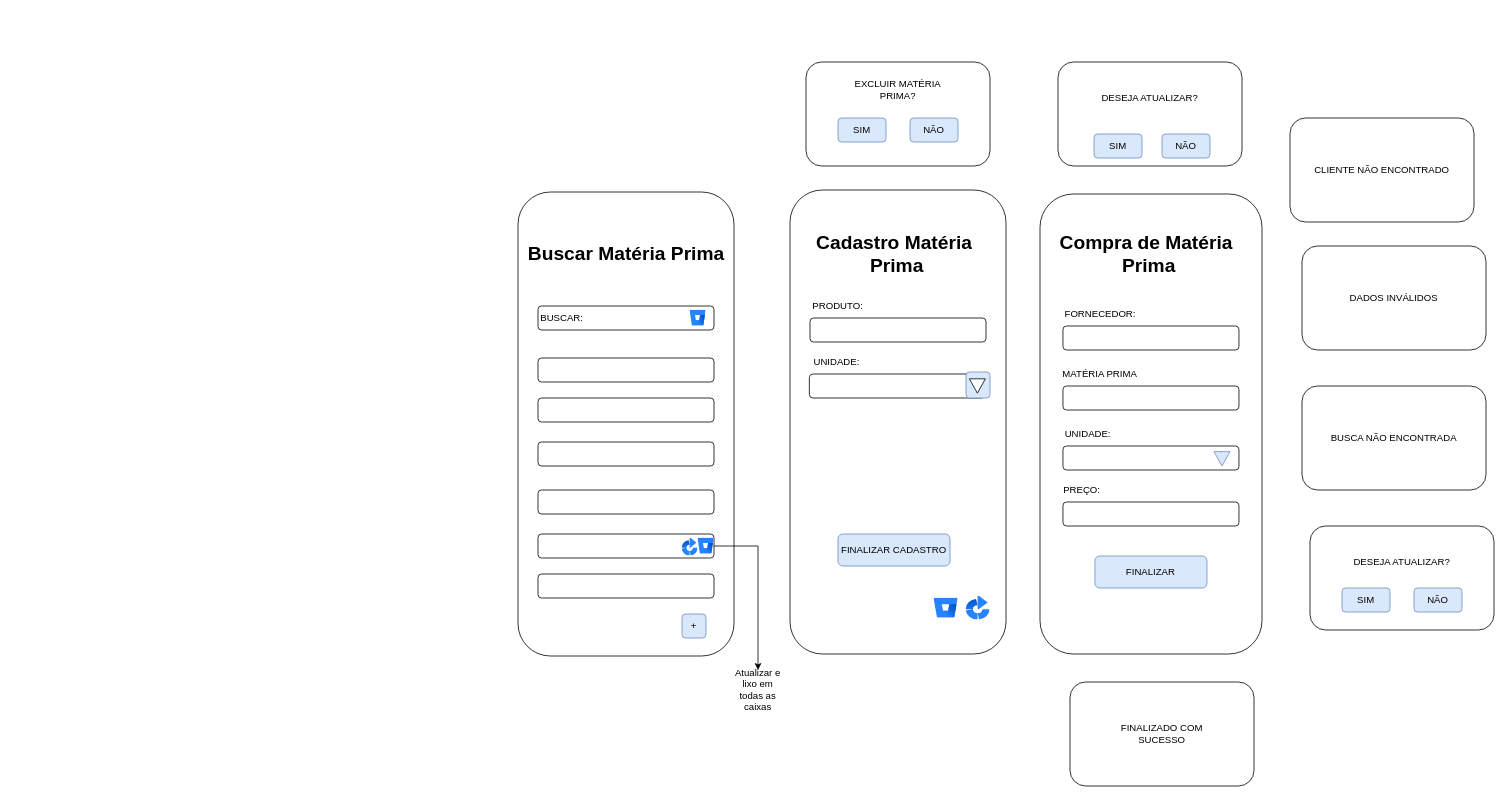
Earlier version of the draw.io diagram page "Página-4" (4 of 10) of DOC/tela.drawio (juliareis14/avatar.app). Source tidied: cells renumbered, new cells numbered last; positions are measured from the earlier drawing's top-left corner, leaving out a move shared by most shapes. Both pictures are drawn from the tidied source at 80%, with x=0, y=0 at pixel (518, 62).
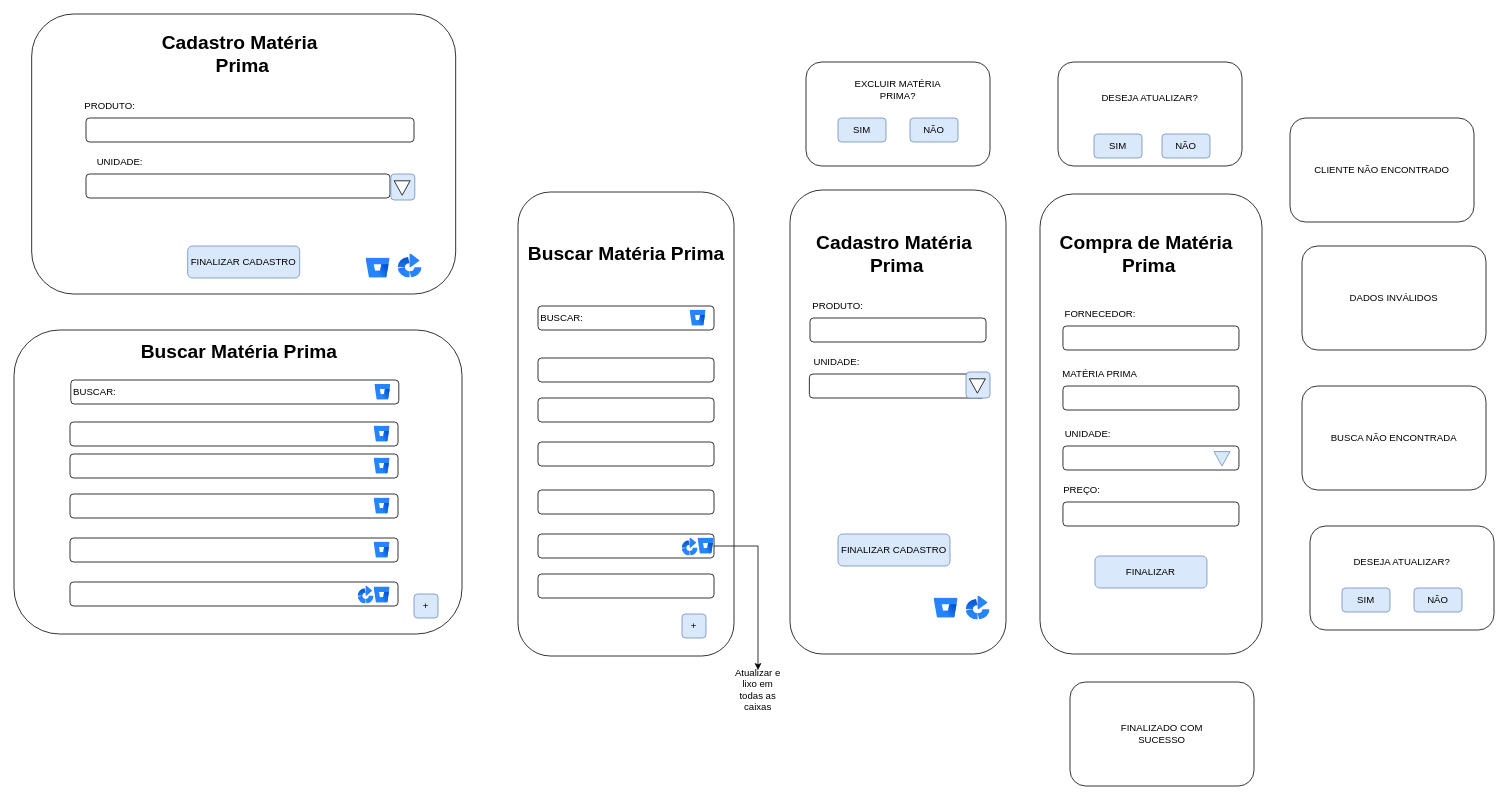
Above is the later version.

Diff of the diagram source:
```diff
@@
+    <mxCell id="60" style="rounded=1;whiteSpace=wrap;html=1;" parent="1" vertex="1">
+      <mxGeometry x="-630" y="335" width="560" height="380" as="geometry" />
+    </mxCell>
+    <mxCell id="61" value="Buscar Matéria Prima" style="text;strokeColor=none;fillColor=none;html=1;fontSize=24;fontStyle=1;verticalAlign=middle;align=center;" parent="1" vertex="1">
+      <mxGeometry x="-399" y="342.5" width="100" height="40" as="geometry" />
+    </mxCell>
+    <mxCell id="62" style="rounded=1;whiteSpace=wrap;html=1;" parent="1" vertex="1">
+      <mxGeometry x="-559" y="397.5" width="410" height="30" as="geometry" />
+    </mxCell>
+    <mxCell id="63" value="BUSCAR:" style="text;html=1;align=center;verticalAlign=middle;whiteSpace=wrap;rounded=0;" parent="1" vertex="1">
+      <mxGeometry x="-559" y="397.5" width="60" height="30" as="geometry" />
+    </mxCell>
+    <mxCell id="64" style="image;html=1;image=img/lib/atlassian/Bitbucket_Logo.svg;" parent="1" vertex="1">
+      <mxGeometry x="-179" y="402.5" width="20" height="20" as="geometry" />
+    </mxCell>
+    <mxCell id="65" style="rounded=1;whiteSpace=wrap;html=1;" parent="1" vertex="1">
+      <mxGeometry x="-560" y="490" width="410" height="30" as="geometry" />
+    </mxCell>
+    <mxCell id="66" style="rounded=1;whiteSpace=wrap;html=1;" parent="1" vertex="1">
+      <mxGeometry x="-560" y="540" width="410" height="30" as="geometry" />
+    </mxCell>
+    <mxCell id="67" style="rounded=1;whiteSpace=wrap;html=1;" parent="1" vertex="1">
+      <mxGeometry x="-560" y="595" width="410" height="30" as="geometry" />
+    </mxCell>
+    <mxCell id="68" style="rounded=1;whiteSpace=wrap;html=1;" parent="1" vertex="1">
+      <mxGeometry x="-560" y="650" width="410" height="30" as="geometry" />
+    </mxCell>
+    <mxCell id="69" style="rounded=1;whiteSpace=wrap;html=1;" parent="1" vertex="1">
+      <mxGeometry x="-560" y="450" width="410" height="30" as="geometry" />
+    </mxCell>
+    <mxCell id="70" style="image;html=1;image=img/lib/atlassian/Bitbucket_Logo.svg;" parent="1" vertex="1">
+      <mxGeometry x="-180" y="495" width="20" height="20" as="geometry" />
+    </mxCell>
+    <mxCell id="71" style="image;html=1;image=img/lib/atlassian/Bitbucket_Logo.svg;" parent="1" vertex="1">
+      <mxGeometry x="-180" y="545" width="20" height="20" as="geometry" />
+    </mxCell>
+    <mxCell id="72" style="image;html=1;image=img/lib/atlassian/Bitbucket_Logo.svg;" parent="1" vertex="1">
+      <mxGeometry x="-180" y="600" width="20" height="20" as="geometry" />
+    </mxCell>
+    <mxCell id="73" style="image;html=1;image=img/lib/atlassian/Bitbucket_Logo.svg;" parent="1" vertex="1">
+      <mxGeometry x="-180" y="656.2" width="20" height="20" as="geometry" />
+    </mxCell>
+    <mxCell id="74" style="image;html=1;image=img/lib/atlassian/Bitbucket_Logo.svg;" parent="1" vertex="1">
+      <mxGeometry x="-180" y="455" width="20" height="20" as="geometry" />
+    </mxCell>
+    <mxCell id="75" style="image;html=1;image=img/lib/atlassian/Bamboo_Logo.svg;direction=east;" parent="1" vertex="1">
+      <mxGeometry x="-200" y="655" width="20" height="22.5" as="geometry" />
+    </mxCell>
+    <mxCell id="76" value="+" style="rounded=1;whiteSpace=wrap;html=1;direction=south;fillColor=#dae8fc;strokeColor=#6c8ebf;" parent="1" vertex="1">
+      <mxGeometry x="-130" y="665" width="30" height="30" as="geometry" />
+    </mxCell>
+    <mxCell id="77" style="rounded=1;whiteSpace=wrap;html=1;" parent="1" vertex="1">
+      <mxGeometry x="-607.9" y="-60" width="530" height="350" as="geometry" />
+    </mxCell>
+    <mxCell id="78" value="Cadastro Matéria&lt;div&gt;&amp;nbsp;Prima&lt;/div&gt;" style="text;strokeColor=none;fillColor=none;html=1;fontSize=24;fontStyle=1;verticalAlign=middle;align=center;" parent="1" vertex="1">
+      <mxGeometry x="-397.9" y="-30" width="100" height="40" as="geometry" />
+    </mxCell>
+    <mxCell id="79" style="rounded=1;whiteSpace=wrap;html=1;" parent="1" vertex="1">
+      <mxGeometry x="-540" y="70" width="410" height="30" as="geometry" />
+    </mxCell>
+    <mxCell id="80" style="rounded=1;whiteSpace=wrap;html=1;" parent="1" vertex="1">
+      <mxGeometry x="-540" y="140" width="380" height="30" as="geometry" />
+    </mxCell>
+    <mxCell id="81" value="PRODUTO:" style="text;html=1;align=center;verticalAlign=middle;whiteSpace=wrap;rounded=0;" parent="1" vertex="1">
+      <mxGeometry x="-540" y="40" width="60" height="30" as="geometry" />
+    </mxCell>
+    <mxCell id="82" value="UNIDADE:" style="text;html=1;align=center;verticalAlign=middle;whiteSpace=wrap;rounded=0;" parent="1" vertex="1">
+      <mxGeometry x="-540" y="110" width="85" height="30" as="geometry" />
+    </mxCell>
+    <mxCell id="83" value="FINALIZAR CADASTRO" style="rounded=1;whiteSpace=wrap;html=1;fillColor=#dae8fc;strokeColor=#6c8ebf;" parent="1" vertex="1">
+      <mxGeometry x="-412.9" y="230" width="140" height="40" as="geometry" />
+    </mxCell>
+    <mxCell id="84" style="image;html=1;image=img/lib/atlassian/Bitbucket_Logo.svg;" parent="1" vertex="1">
+      <mxGeometry x="-190" y="245" width="30" height="25" as="geometry" />
+    </mxCell>
+    <mxCell id="85" style="image;html=1;image=img/lib/atlassian/Bamboo_Logo.svg;direction=east;" parent="1" vertex="1">
+      <mxGeometry x="-150" y="240" width="30" height="30" as="geometry" />
+    </mxCell>
+    <mxCell id="86" style="rounded=1;whiteSpace=wrap;html=1;fillColor=#dae8fc;strokeColor=#6c8ebf;" parent="1" vertex="1">
+      <mxGeometry x="-159" y="140" width="30" height="32.5" as="geometry" />
+    </mxCell>
+    <mxCell id="87" style="html=1;shadow=0;dashed=0;align=center;verticalAlign=middle;shape=mxgraph.arrows2.arrow;dy=0.6;dx=40;direction=south;notch=0;" parent="1" vertex="1">
+      <mxGeometry x="-154.8" y="148.5" width="20" height="18" as="geometry" />
+    </mxCell>
```
